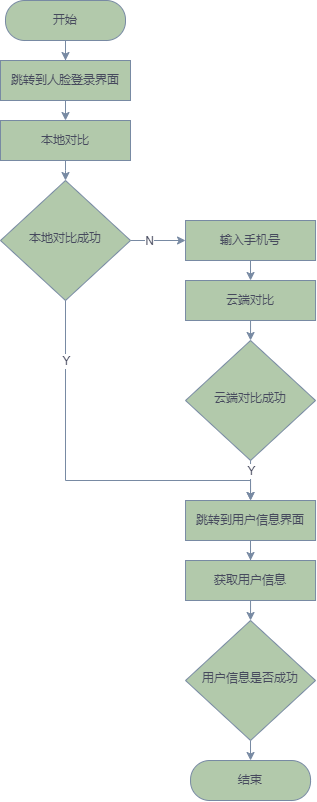
notigit/Image keeps this draw.io diagram as x9hp/人脸登录流程图.png. Above is the earlier version. Source tidied: cells renumbered, new cells last; positions are measured from the earlier drawing's top-left corner, leaving out a move shared by most shapes.
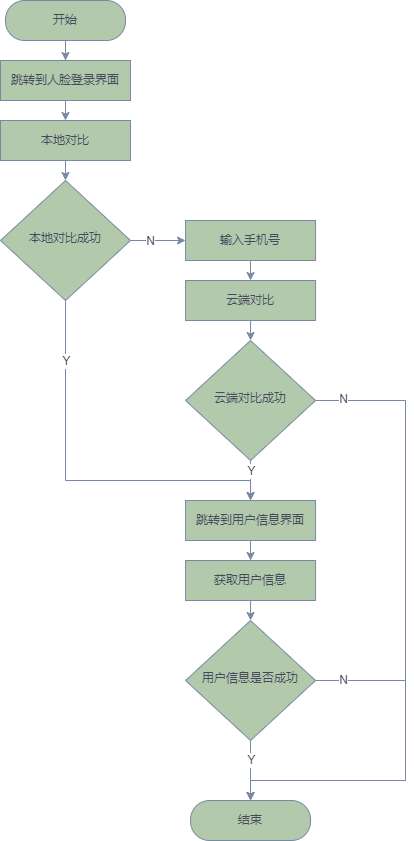
After the change.

Commit message:
更新人脸登录流程图.png

The edit, as a diff of the source:
```diff
@@ -21,7 +21,7 @@
       <mxGeometry y="180" width="130" height="120" as="geometry" />
     </mxCell>
     <mxCell id="8" value="结束" style="rounded=1;whiteSpace=wrap;html=1;fontSize=12;glass=0;strokeWidth=1;shadow=0;fillColor=#B2C9AB;strokeColor=#788AA3;fontColor=#46495D;arcSize=48;" parent="1" vertex="1">
-      <mxGeometry x="190" y="760" width="120" height="40" as="geometry" />
+      <mxGeometry x="190" y="800" width="120" height="40" as="geometry" />
     </mxCell>
     <mxCell id="9" style="edgeStyle=orthogonalEdgeStyle;rounded=0;jettySize=auto;html=1;entryX=0.5;entryY=0;entryDx=0;entryDy=0;fontColor=#46495D;startArrow=none;startFill=0;endArrow=classic;endFill=1;strokeColor=#788AA3;fillColor=#B2C9AB;exitX=0.5;exitY=1;exitDx=0;exitDy=0;" parent="1" edge="1" source="10" target="7">
       <mxGeometry relative="1" as="geometry">
@@ -40,6 +40,18 @@
     <mxCell id="12" value="云端对比" style="rounded=0;whiteSpace=wrap;html=1;fontSize=12;glass=0;strokeWidth=1;shadow=0;fillColor=#B2C9AB;strokeColor=#788AA3;fontColor=#46495D;arcSize=0;" parent="1" vertex="1">
       <mxGeometry x="185" y="280" width="130" height="40" as="geometry" />
     </mxCell>
+    <mxCell id="27" style="edgeStyle=orthogonalEdgeStyle;rounded=0;sketch=0;jettySize=auto;html=1;fontColor=#46495D;strokeColor=#788AA3;fillColor=#B2C9AB;entryX=0.5;entryY=0;entryDx=0;entryDy=0;" parent="1" edge="1" source="13" target="8">
+      <mxGeometry relative="1" as="geometry">
+        <Array as="points">
+          <mxPoint x="405" y="400" />
+          <mxPoint x="405" y="780" />
+          <mxPoint x="250" y="780" />
+        </Array>
+      </mxGeometry>
+    </mxCell>
+    <mxCell id="28" value="N" style="edgeLabel;html=1;align=center;verticalAlign=middle;fontColor=#46495D;" parent="27" vertex="1">
+      <mxGeometry x="-0.92" y="2" relative="1" as="geometry" />
+    </mxCell>
     <mxCell id="13" value="云端对比成功" style="rhombus;whiteSpace=wrap;html=1;shadow=0;fontFamily=Helvetica;fontSize=12;align=center;strokeWidth=1;spacing=6;spacingTop=-4;fillColor=#B2C9AB;strokeColor=#788AA3;fontColor=#46495D;rounded=0;" parent="1" vertex="1">
       <mxGeometry x="185" y="340" width="130" height="120" as="geometry" />
     </mxCell>
@@ -71,8 +83,28 @@
       <mxGeometry x="185" y="560" width="130" height="40" as="geometry" />
     </mxCell>
     <mxCell id="20" style="edgeStyle=orthogonalEdgeStyle;rounded=1;sketch=0;jettySize=auto;html=1;entryX=0.5;entryY=0;entryDx=0;entryDy=0;fontColor=#46495D;strokeColor=#788AA3;fillColor=#B2C9AB;" parent="1" edge="1" source="21" target="8">
-      <mxGeometry relative="1" as="geometry" />
+      <mxGeometry relative="1" as="geometry">
+        <Array as="points">
+          <mxPoint x="250" y="770" />
+          <mxPoint x="250" y="770" />
+        </Array>
+      </mxGeometry>
     </mxCell>
+    <mxCell id="29" value="Y" style="edgeLabel;html=1;align=center;verticalAlign=middle;fontColor=#46495D;" parent="20" vertex="1">
+      <mxGeometry x="-0.33" relative="1" as="geometry" />
+    </mxCell>
+    <mxCell id="30" style="edgeStyle=orthogonalEdgeStyle;rounded=0;sketch=0;jettySize=auto;html=1;fontColor=#46495D;strokeColor=#788AA3;fillColor=#B2C9AB;entryX=0.5;entryY=0;entryDx=0;entryDy=0;" parent="1" edge="1" source="21" target="8">
+      <mxGeometry relative="1" as="geometry">
+        <Array as="points">
+          <mxPoint x="405" y="680" />
+          <mxPoint x="405" y="780" />
+          <mxPoint x="250" y="780" />
+        </Array>
+      </mxGeometry>
+    </mxCell>
+    <mxCell id="31" value="N" style="edgeLabel;html=1;align=center;verticalAlign=middle;fontColor=#46495D;" parent="30" vertex="1">
+      <mxGeometry x="-0.85" y="1" relative="1" as="geometry" />
+    </mxCell>
     <mxCell id="21" value="用户信息是否成功" style="rhombus;whiteSpace=wrap;html=1;shadow=0;fontFamily=Helvetica;fontSize=12;align=center;strokeWidth=1;spacing=6;spacingTop=-4;fillColor=#B2C9AB;strokeColor=#788AA3;fontColor=#46495D;rounded=0;" parent="1" vertex="1">
       <mxGeometry x="185" y="620" width="130" height="120" as="geometry" />
     </mxCell>
```
